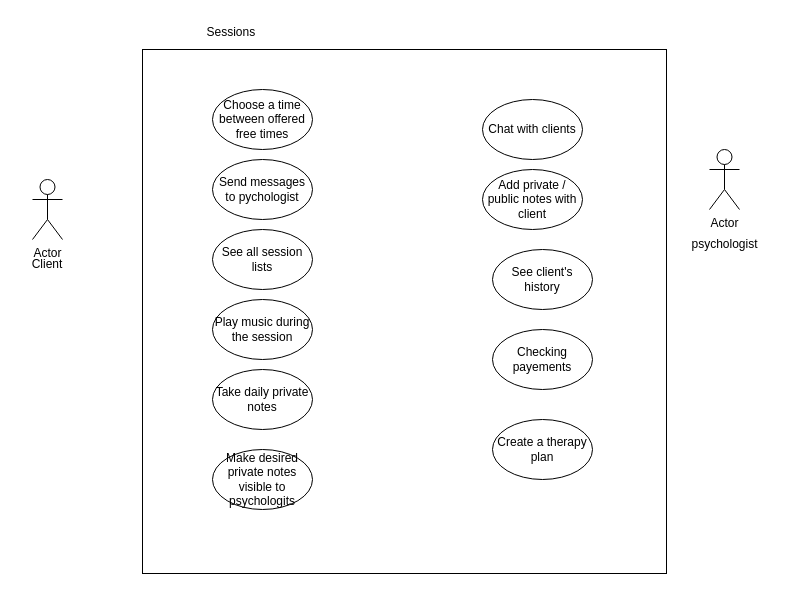
Before: uml.drawio in kiananasiri/MyProcessor, a draw.io diagram. Source tidied: cells renumbered, new cells numbered last; positions are measured from the earlier drawing's top-left corner, leaving out a move shared by most shapes. Both pictures are drawn from the tidied source at 100%, with x=0, y=0 at pixel (17, 17).
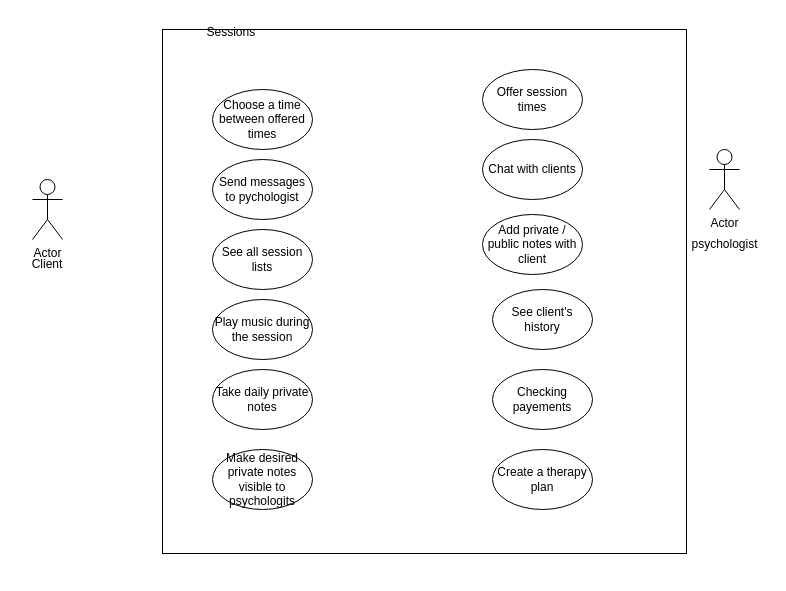
The same page after the edit.

Diff of the diagram source:
```diff
@@
 <mxGraphModel>
   <root>
     <mxCell id="0" />
     <mxCell id="1" parent="0" />
     <mxCell id="2" value="Actor" style="shape=umlActor;verticalLabelPosition=bottom;verticalAlign=top;html=1;" parent="1" vertex="1">
       <mxGeometry x="15" y="162" width="30" height="60" as="geometry" />
     </mxCell>
     <mxCell id="3" style="whiteSpace=wrap;html=1;fillColor=none;" parent="1" vertex="1">
-      <mxGeometry x="125" y="32" width="524" height="524" as="geometry" />
+      <mxGeometry x="145" y="12" width="524" height="524" as="geometry" />
     </mxCell>
     <mxCell id="4" value="Client" style="text;html=1;align=center;verticalAlign=middle;whiteSpace=wrap;rounded=0;" parent="1" vertex="1">
       <mxGeometry y="232" width="60" height="30" as="geometry" />
     </mxCell>
     <mxCell id="5" value="Actor" style="shape=umlActor;verticalLabelPosition=bottom;verticalAlign=top;html=1;" parent="1" vertex="1">
       <mxGeometry x="692" y="132" width="30" height="60" as="geometry" />
     </mxCell>
     <mxCell id="6" value="psychologist" style="text;html=1;align=center;verticalAlign=middle;strokeColor=none;fillColor=none;" parent="1" vertex="1">
       <mxGeometry x="662" y="212" width="90" height="30" as="geometry" />
     </mxCell>
     <mxCell id="7" value="Sessions&amp;nbsp;" style="text;html=1;align=center;verticalAlign=middle;strokeColor=none;fillColor=none;" parent="1" vertex="1">
       <mxGeometry x="175" width="80" height="30" as="geometry" />
     </mxCell>
-    <mxCell id="8" value="Choose a time between offered free times" style="ellipse;whiteSpace=wrap;html=1;fillColor=none;" parent="1" vertex="1">
+    <mxCell id="8" value="Choose a time between offered times" style="ellipse;whiteSpace=wrap;html=1;fillColor=none;" parent="1" vertex="1">
       <mxGeometry x="195" y="72" width="100" height="60" as="geometry" />
     </mxCell>
     <mxCell id="9" value="Send messages to pychologist" style="ellipse;whiteSpace=wrap;html=1;fillColor=none;" parent="1" vertex="1">
       <mxGeometry x="195" y="142" width="100" height="60" as="geometry" />
     </mxCell>
     <mxCell id="10" value="See all session lists" style="ellipse;whiteSpace=wrap;html=1;fillColor=none;" parent="1" vertex="1">
       <mxGeometry x="195" y="212" width="100" height="60" as="geometry" />
     </mxCell>
     <mxCell id="11" value="Play music during the session" style="ellipse;whiteSpace=wrap;html=1;fillColor=none;" parent="1" vertex="1">
       <mxGeometry x="195" y="282" width="100" height="60" as="geometry" />
     </mxCell>
     <mxCell id="12" value="Take daily private notes" style="ellipse;whiteSpace=wrap;html=1;fillColor=none;" parent="1" vertex="1">
       <mxGeometry x="195" y="352" width="100" height="60" as="geometry" />
     </mxCell>
     <mxCell id="13" value="Make desired private notes visible to psychologits" style="ellipse;whiteSpace=wrap;html=1;fillColor=none;" parent="1" vertex="1">
       <mxGeometry x="195" y="432" width="100" height="60" as="geometry" />
     </mxCell>
     <mxCell id="14" value="Chat with clients" style="ellipse;whiteSpace=wrap;html=1;fillColor=none;" parent="1" vertex="1">
-      <mxGeometry x="465" y="82" width="100" height="60" as="geometry" />
+      <mxGeometry x="465" y="122" width="100" height="60" as="geometry" />
     </mxCell>
     <mxCell id="15" value="Add private / public notes with client" style="ellipse;whiteSpace=wrap;html=1;fillColor=none;" parent="1" vertex="1">
-      <mxGeometry x="465" y="152" width="100" height="60" as="geometry" />
+      <mxGeometry x="465" y="197" width="100" height="60" as="geometry" />
     </mxCell>
     <mxCell id="16" value="See client's history" style="ellipse;whiteSpace=wrap;html=1;fillColor=none;" parent="1" vertex="1">
-      <mxGeometry x="475" y="232" width="100" height="60" as="geometry" />
+      <mxGeometry x="475" y="272" width="100" height="60" as="geometry" />
     </mxCell>
     <mxCell id="17" value="Checking payements" style="ellipse;whiteSpace=wrap;html=1;fillColor=none;" parent="1" vertex="1">
-      <mxGeometry x="475" y="312" width="100" height="60" as="geometry" />
+      <mxGeometry x="475" y="352" width="100" height="60" as="geometry" />
     </mxCell>
     <mxCell id="18" value="Create a therapy plan" style="ellipse;whiteSpace=wrap;html=1;fillColor=none;" parent="1" vertex="1">
-      <mxGeometry x="475" y="402" width="100" height="60" as="geometry" />
+      <mxGeometry x="475" y="432" width="100" height="60" as="geometry" />
     </mxCell>
+    <mxCell id="19" value="Offer session times" style="ellipse;whiteSpace=wrap;html=1;fillColor=none;" parent="1" vertex="1">
+      <mxGeometry x="465" y="52" width="100" height="60" as="geometry" />
+    </mxCell>
   </root>
 </mxGraphModel>
```
